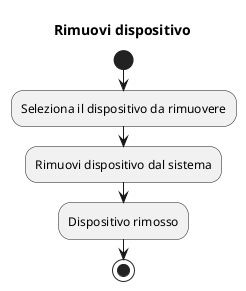
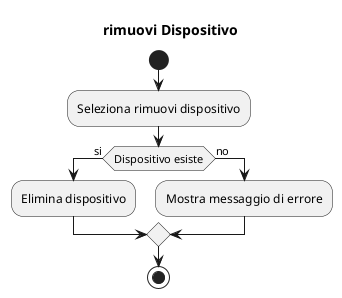
- @startuml riuovidispositivo
- title Rimuovi dispositivo
+ @startuml rimuoviDispositivo
+ title rimuovi Dispositivo

start

-     :Seleziona il dispositivo da rimuovere;
-     :Rimuovi dispositivo dal sistema;
-     :Dispositivo rimosso;
+ :Seleziona rimuovi dispositivo;
+ 
+ if (Dispositivo esiste) then (si)
+     :Elimina dispositivo;
+ else (no)
+     :Mostra messaggio di errore;
+ endif

stop
@enduml